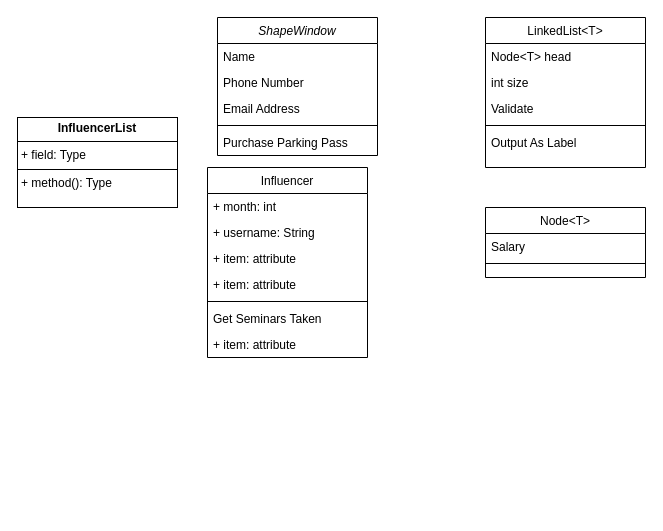
This is Project5_UML.drawio from joshuap00/Prj5_UML, a draw.io file, before an edit. Source tidied: cells renumbered, new cells numbered last; positions are measured from the earlier drawing's top-left corner, leaving out a move shared by most shapes. Both pictures are drawn from the tidied source at 100%, with x=0, y=0 at pixel (17, 17).
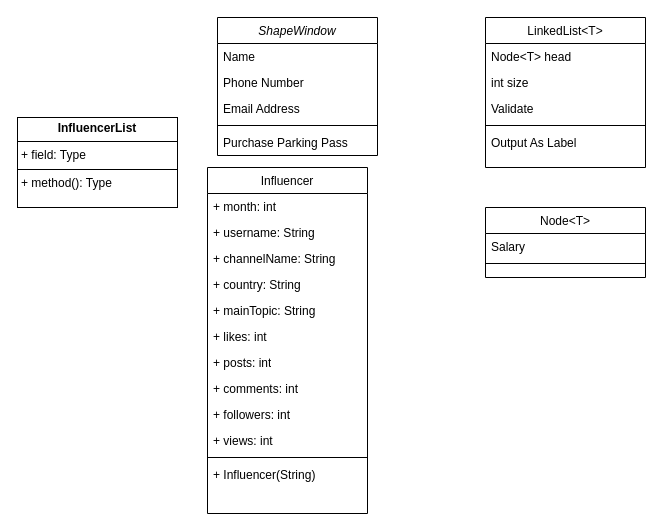
Above is the later version.

What changed in the source:
```diff
@@
     <mxCell id="8" value="Influencer" style="swimlane;fontStyle=0;align=center;verticalAlign=top;horizontal=1;startSize=26;rounded=0;shadow=0;strokeWidth=1;" parent="1" vertex="1">
-      <mxGeometry x="190" y="150" width="160" height="190" as="geometry" />
+      <mxGeometry x="190" y="150" width="160" height="346" as="geometry" />
     </mxCell>
@@
-    <mxCell id="11" value="+ item: attribute" style="text;strokeColor=none;fillColor=none;align=left;verticalAlign=top;spacingLeft=4;spacingRight=4;overflow=hidden;whiteSpace=wrap;html=1;" parent="8" vertex="1">
+    <mxCell id="11" value="+ channelName: String" style="text;strokeColor=none;fillColor=none;align=left;verticalAlign=top;spacingLeft=4;spacingRight=4;overflow=hidden;whiteSpace=wrap;html=1;" parent="8" vertex="1">
       <mxGeometry y="78" width="160" height="26" as="geometry" />
     </mxCell>
-    <mxCell id="12" value="+ item: attribute" style="text;strokeColor=none;fillColor=none;align=left;verticalAlign=top;spacingLeft=4;spacingRight=4;overflow=hidden;whiteSpace=wrap;html=1;" parent="8" vertex="1">
+    <mxCell id="12" value="+ country: String" style="text;strokeColor=none;fillColor=none;align=left;verticalAlign=top;spacingLeft=4;spacingRight=4;overflow=hidden;whiteSpace=wrap;html=1;" parent="8" vertex="1">
       <mxGeometry y="104" width="160" height="26" as="geometry" />
     </mxCell>
+    <mxCell id="26" value="+ mainTopic: String" style="text;strokeColor=none;fillColor=none;align=left;verticalAlign=top;spacingLeft=4;spacingRight=4;overflow=hidden;whiteSpace=wrap;html=1;" parent="8" vertex="1">
+      <mxGeometry y="130" width="160" height="26" as="geometry" />
+    </mxCell>
+    <mxCell id="27" value="+ likes: int" style="text;strokeColor=none;fillColor=none;align=left;verticalAlign=top;spacingLeft=4;spacingRight=4;overflow=hidden;whiteSpace=wrap;html=1;" parent="8" vertex="1">
+      <mxGeometry y="156" width="160" height="26" as="geometry" />
+    </mxCell>
+    <mxCell id="28" value="+ posts: int" style="text;strokeColor=none;fillColor=none;align=left;verticalAlign=top;spacingLeft=4;spacingRight=4;overflow=hidden;whiteSpace=wrap;html=1;" parent="8" vertex="1">
+      <mxGeometry y="182" width="160" height="26" as="geometry" />
+    </mxCell>
+    <mxCell id="29" value="+ comments: int" style="text;strokeColor=none;fillColor=none;align=left;verticalAlign=top;spacingLeft=4;spacingRight=4;overflow=hidden;whiteSpace=wrap;html=1;" parent="8" vertex="1">
+      <mxGeometry y="208" width="160" height="26" as="geometry" />
+    </mxCell>
+    <mxCell id="30" value="+ followers: int" style="text;strokeColor=none;fillColor=none;align=left;verticalAlign=top;spacingLeft=4;spacingRight=4;overflow=hidden;whiteSpace=wrap;html=1;" parent="8" vertex="1">
+      <mxGeometry y="234" width="160" height="26" as="geometry" />
+    </mxCell>
+    <mxCell id="31" value="+ views: int" style="text;strokeColor=none;fillColor=none;align=left;verticalAlign=top;spacingLeft=4;spacingRight=4;overflow=hidden;whiteSpace=wrap;html=1;" parent="8" vertex="1">
+      <mxGeometry y="260" width="160" height="26" as="geometry" />
+    </mxCell>
     <mxCell id="13" style="line;html=1;strokeWidth=1;align=left;verticalAlign=middle;spacingTop=-1;spacingLeft=3;spacingRight=3;labelPosition=right;" parent="8" vertex="1">
-      <mxGeometry y="130" width="160" height="8" as="geometry" />
+      <mxGeometry y="286" width="160" height="8" as="geometry" />
     </mxCell>
-    <mxCell id="14" value="Get Seminars Taken" style="text;align=left;verticalAlign=top;spacingLeft=4;spacingRight=4;overflow=hidden;" parent="8" vertex="1">
-      <mxGeometry y="138" width="160" height="26" as="geometry" />
-    </mxCell>
-    <mxCell id="15" value="+ item: attribute" style="text;strokeColor=none;fillColor=none;align=left;verticalAlign=top;spacingLeft=4;spacingRight=4;overflow=hidden;whiteSpace=wrap;html=1;" parent="8" vertex="1">
-      <mxGeometry y="164" width="160" height="26" as="geometry" />
+    <mxCell id="15" value="+ Influencer(String)" style="text;strokeColor=none;fillColor=none;align=left;verticalAlign=top;spacingLeft=4;spacingRight=4;overflow=hidden;whiteSpace=wrap;html=1;" parent="8" vertex="1">
+      <mxGeometry y="294" width="160" height="26" as="geometry" />
     </mxCell>
```
